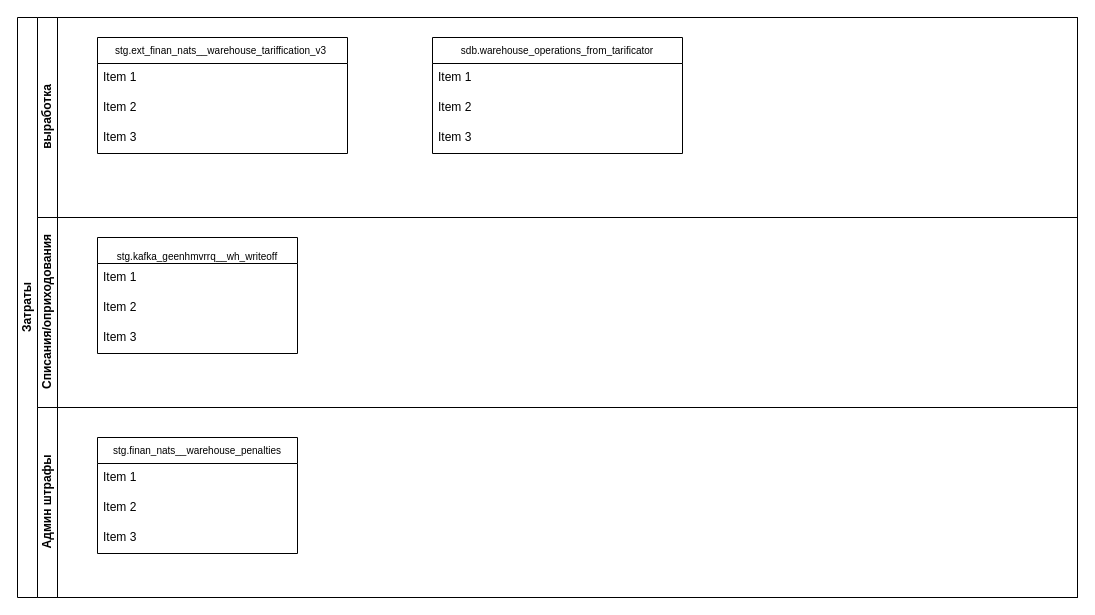
Earlier version of the draw.io diagram Потоки данных для витрины баланса.drawio (AntonKoltsov85/Schemes). Source tidied: cells renumbered, new cells numbered last; positions are measured from the earlier drawing's top-left corner, leaving out a move shared by most shapes. Both pictures are drawn from the tidied source at 100%, with x=0, y=0 at pixel (17, 17).
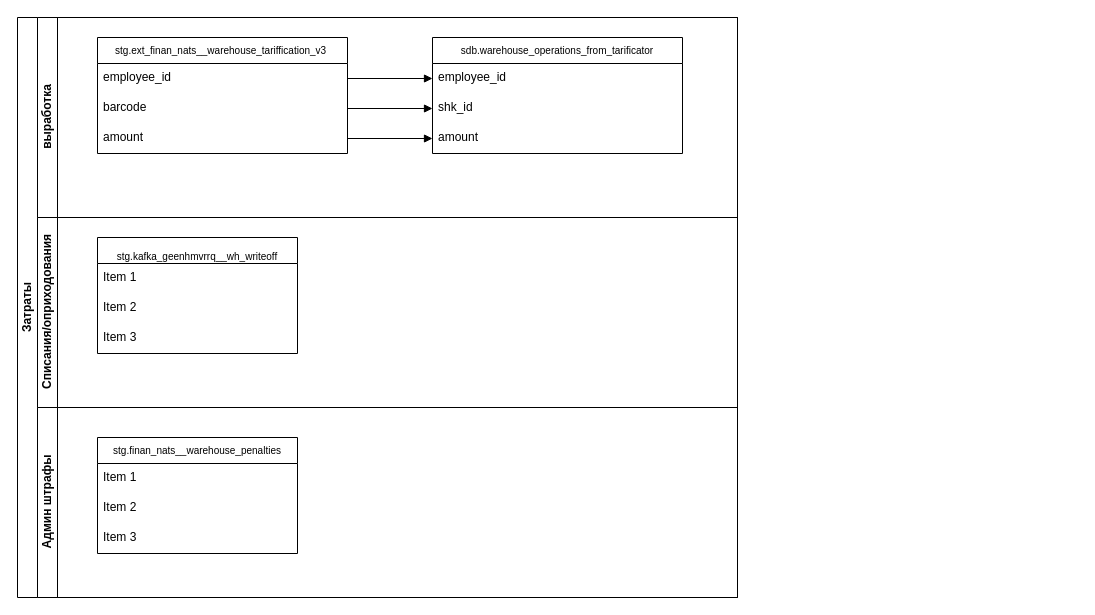
The same page after the edit.

Unchanged cells that the change refers to:
```xml
<mxCell id="4" value="stg.ext_finan_nats__warehouse_tariffication_v3 " style="swimlane;fontStyle=0;horizontal=1;startSize=26;align=center;fontSize=10;" parent="3" vertex="1">
  <mxGeometry x="60" y="20" width="250" height="116" as="geometry" />
</mxCell>
<mxCell id="8" value="sdb.warehouse_operations_from_tarificator" style="swimlane;fontStyle=0;horizontal=1;startSize=26;align=center;fontSize=10;" parent="3" vertex="1">
  <mxGeometry x="395" y="20" width="250" height="116" as="geometry" />
</mxCell>
```

The edit, as a diff of the source:
```diff
@@
     <mxCell id="2" value="Затраты" style="swimlane;html=1;horizontal=0;startSize=20;whiteSpace=wrap;" parent="1" vertex="1">
-      <mxGeometry width="1060" height="580" as="geometry" />
+      <mxGeometry width="720" height="580" as="geometry" />
     </mxCell>
     <mxCell id="3" value="выработка" style="swimlane;html=1;startSize=20;horizontal=0;" parent="2" vertex="1">
-      <mxGeometry x="20" width="1040" height="200" as="geometry" />
+      <mxGeometry x="20" width="700" height="200" as="geometry" />
     </mxCell>
@@
-    <mxCell id="5" value="Item 1" style="text;strokeColor=none;fillColor=none;spacingLeft=4;spacingRight=4;overflow=hidden;points=[[0,0.5],[1,0.5]];portConstraint=eastwest;fontSize=12;whiteSpace=wrap;html=1;" parent="4" vertex="1">
+    <mxCell id="5" value="employee_id" style="text;strokeColor=none;fillColor=none;spacingLeft=4;spacingRight=4;overflow=hidden;points=[[0,0.5],[1,0.5]];portConstraint=eastwest;fontSize=12;whiteSpace=wrap;html=1;" parent="4" vertex="1">
       <mxGeometry y="26" width="250" height="30" as="geometry" />
     </mxCell>
-    <mxCell id="6" value="Item 2" style="text;strokeColor=none;fillColor=none;spacingLeft=4;spacingRight=4;overflow=hidden;points=[[0,0.5],[1,0.5]];portConstraint=eastwest;fontSize=12;whiteSpace=wrap;html=1;" parent="4" vertex="1">
+    <mxCell id="6" value="barcode" style="text;strokeColor=none;fillColor=none;spacingLeft=4;spacingRight=4;overflow=hidden;points=[[0,0.5],[1,0.5]];portConstraint=eastwest;fontSize=12;whiteSpace=wrap;html=1;" parent="4" vertex="1">
       <mxGeometry y="56" width="250" height="30" as="geometry" />
     </mxCell>
-    <mxCell id="7" value="Item 3" style="text;strokeColor=none;fillColor=none;spacingLeft=4;spacingRight=4;overflow=hidden;points=[[0,0.5],[1,0.5]];portConstraint=eastwest;fontSize=12;whiteSpace=wrap;html=1;" parent="4" vertex="1">
+    <mxCell id="7" value="amount" style="text;strokeColor=none;fillColor=none;spacingLeft=4;spacingRight=4;overflow=hidden;points=[[0,0.5],[1,0.5]];portConstraint=eastwest;fontSize=12;whiteSpace=wrap;html=1;" parent="4" vertex="1">
       <mxGeometry y="86" width="250" height="30" as="geometry" />
     </mxCell>
@@
-    <mxCell id="9" value="Item 1" style="text;strokeColor=none;fillColor=none;spacingLeft=4;spacingRight=4;overflow=hidden;points=[[0,0.5],[1,0.5]];portConstraint=eastwest;fontSize=12;whiteSpace=wrap;html=1;" parent="8" vertex="1">
+    <mxCell id="9" value="employee_id" style="text;strokeColor=none;fillColor=none;spacingLeft=4;spacingRight=4;overflow=hidden;points=[[0,0.5],[1,0.5]];portConstraint=eastwest;fontSize=12;whiteSpace=wrap;html=1;" parent="8" vertex="1">
       <mxGeometry y="26" width="250" height="30" as="geometry" />
     </mxCell>
-    <mxCell id="10" value="Item 2" style="text;strokeColor=none;fillColor=none;spacingLeft=4;spacingRight=4;overflow=hidden;points=[[0,0.5],[1,0.5]];portConstraint=eastwest;fontSize=12;whiteSpace=wrap;html=1;" parent="8" vertex="1">
+    <mxCell id="10" value="shk_id" style="text;strokeColor=none;fillColor=none;spacingLeft=4;spacingRight=4;overflow=hidden;points=[[0,0.5],[1,0.5]];portConstraint=eastwest;fontSize=12;whiteSpace=wrap;html=1;" parent="8" vertex="1">
       <mxGeometry y="56" width="250" height="30" as="geometry" />
     </mxCell>
-    <mxCell id="11" value="Item 3" style="text;strokeColor=none;fillColor=none;spacingLeft=4;spacingRight=4;overflow=hidden;points=[[0,0.5],[1,0.5]];portConstraint=eastwest;fontSize=12;whiteSpace=wrap;html=1;" parent="8" vertex="1">
+    <mxCell id="11" value="amount" style="text;strokeColor=none;fillColor=none;spacingLeft=4;spacingRight=4;overflow=hidden;points=[[0,0.5],[1,0.5]];portConstraint=eastwest;fontSize=12;whiteSpace=wrap;html=1;" parent="8" vertex="1">
       <mxGeometry y="86" width="250" height="30" as="geometry" />
     </mxCell>
+    <mxCell id="22" style="html=1;verticalAlign=bottom;endArrow=block;curved=0;rounded=0;" parent="3" edge="1" source="5" target="9">
+      <mxGeometry relative="1" as="geometry" />
+    </mxCell>
+    <mxCell id="23" style="html=1;verticalAlign=bottom;endArrow=block;curved=0;rounded=0;entryX=0;entryY=0.5;entryDx=0;entryDy=0;" parent="3" edge="1" source="6" target="10">
+      <mxGeometry relative="1" as="geometry" />
+    </mxCell>
+    <mxCell id="24" style="html=1;verticalAlign=bottom;endArrow=block;curved=0;rounded=0;" parent="3" edge="1" source="7" target="11">
+      <mxGeometry relative="1" as="geometry" />
+    </mxCell>
     <mxCell id="12" value="Списания/оприходования" style="swimlane;html=1;startSize=20;horizontal=0;" parent="2" vertex="1">
-      <mxGeometry x="20" y="200" width="1040" height="190" as="geometry" />
+      <mxGeometry x="20" y="200" width="700" height="190" as="geometry" />
     </mxCell>
@@
     <mxCell id="17" value="Админ штрафы" style="swimlane;html=1;startSize=20;horizontal=0;" parent="2" vertex="1">
-      <mxGeometry x="20" y="390" width="1040" height="190" as="geometry" />
+      <mxGeometry x="20" y="390" width="700" height="190" as="geometry" />
     </mxCell>
```
